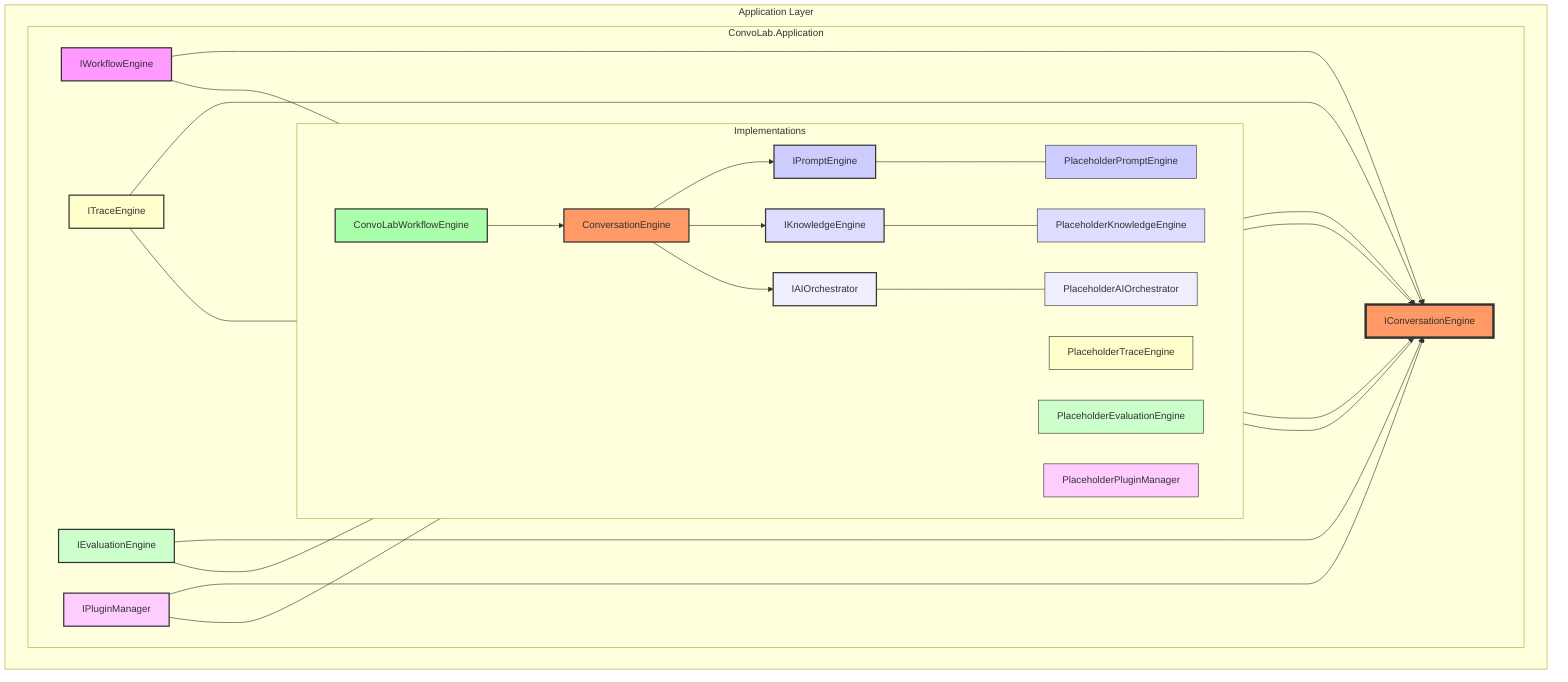
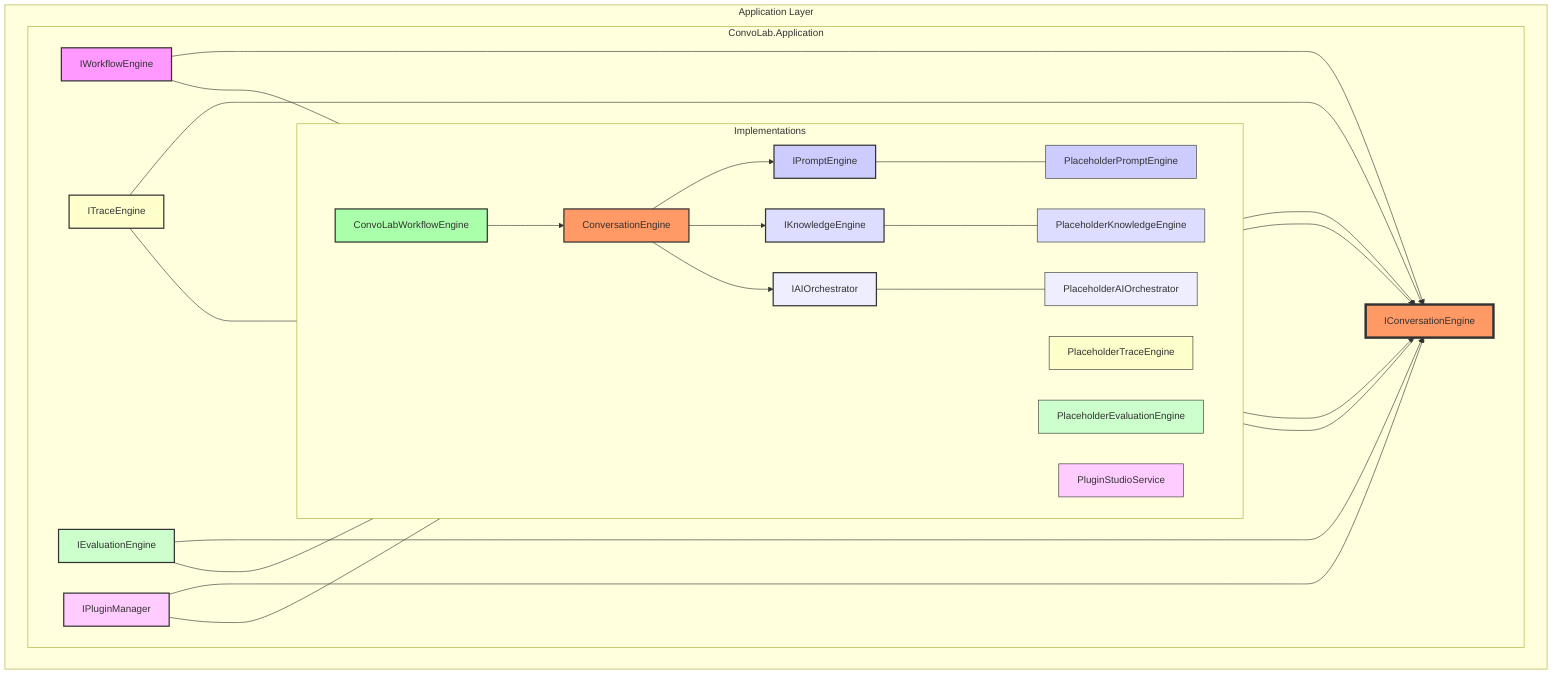
graph TD
    subgraph Application Layer
        subgraph ConvoLab.Application
            direction LR
            ICE[IConversationEngine]
            IWE[IWorkflowEngine]
            IPE[IPromptEngine]
            IKE[IKnowledgeEngine]
            IAIO[IAIOrchestrator]
            ITE[ITraceEngine]
            IEE[IEvaluationEngine]
            IPM[IPluginManager]

            %% Relationships
            IWE --> ICE
            IPE --> ICE
            IKE --> ICE
            IAIO --> ICE
            ITE --> ICE
            IEE --> ICE
            IPM --> ICE

            subgraph Implementations
                direction LR
                CWE[ConvoLabWorkflowEngine]
                CE[ConversationEngine]
                PPE[PlaceholderPromptEngine]
                PKE[PlaceholderKnowledgeEngine]
                PAIO[PlaceholderAIOrchestrator]
                PTE[PlaceholderTraceEngine]
                PEE[PlaceholderEvaluationEngine]
-                 PPM[PlaceholderPluginManager]
+                 PPM[PluginStudioService]

                CWE --> CE
                CE --> IPE
                CE --> IKE
                CE --> IAIO
            end

            ICE <--- CE
            IPE <--- PPE
            IKE <--- PKE
            IAIO <--- PAIO
            ITE <--- PTE
            IEE <--- PEE
            IPM <--- PPM
            IWE <--- CWE
        end
    end

    style ICE fill:#f96,stroke:#333,stroke-width:4px
    style IWE fill:#f9f,stroke:#333,stroke-width:2px
    style IPE fill:#ccf,stroke:#333,stroke-width:2px
    style IKE fill:#ddf,stroke:#333,stroke-width:2px
    style IAIO fill:#eef,stroke:#333,stroke-width:2px
    style ITE fill:#ffc,stroke:#333,stroke-width:2px
    style IEE fill:#cfc,stroke:#333,stroke-width:2px
    style IPM fill:#fcf,stroke:#333,stroke-width:2px

    style CE fill:#f96,stroke:#333,stroke-width:2px
    style CWE fill:#afa,stroke:#333,stroke-width:2px
    style PPE fill:#ccf,stroke:#333,stroke-width:1px
    style PKE fill:#ddf,stroke:#333,stroke-width:1px
    style PAIO fill:#eef,stroke:#333,stroke-width:1px
    style PTE fill:#ffc,stroke:#333,stroke-width:1px
    style PEE fill:#cfc,stroke:#333,stroke-width:1px
    style PPM fill:#fcf,stroke:#333,stroke-width:1px
